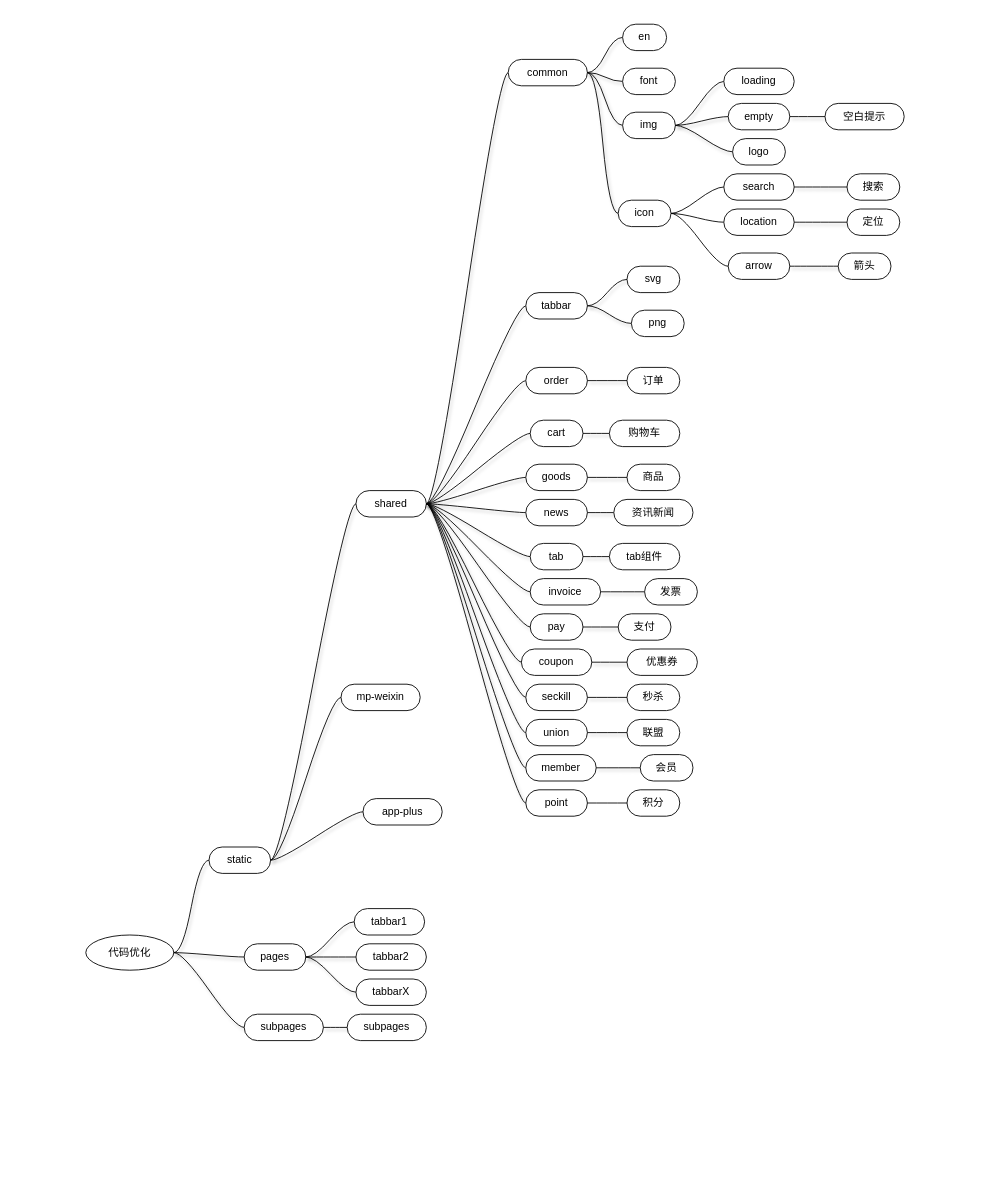
Above: page "代码优化" (4 of 4) of B+.drawio in huturenji/drawio (draw.io), before the change. Source tidied: cells renumbered, new cells numbered last; positions are measured from the earlier drawing's top-left corner, leaving out a move shared by most shapes. Both pictures are drawn from the tidied source at 88%, with x=0, y=0 at pixel (15, 15).
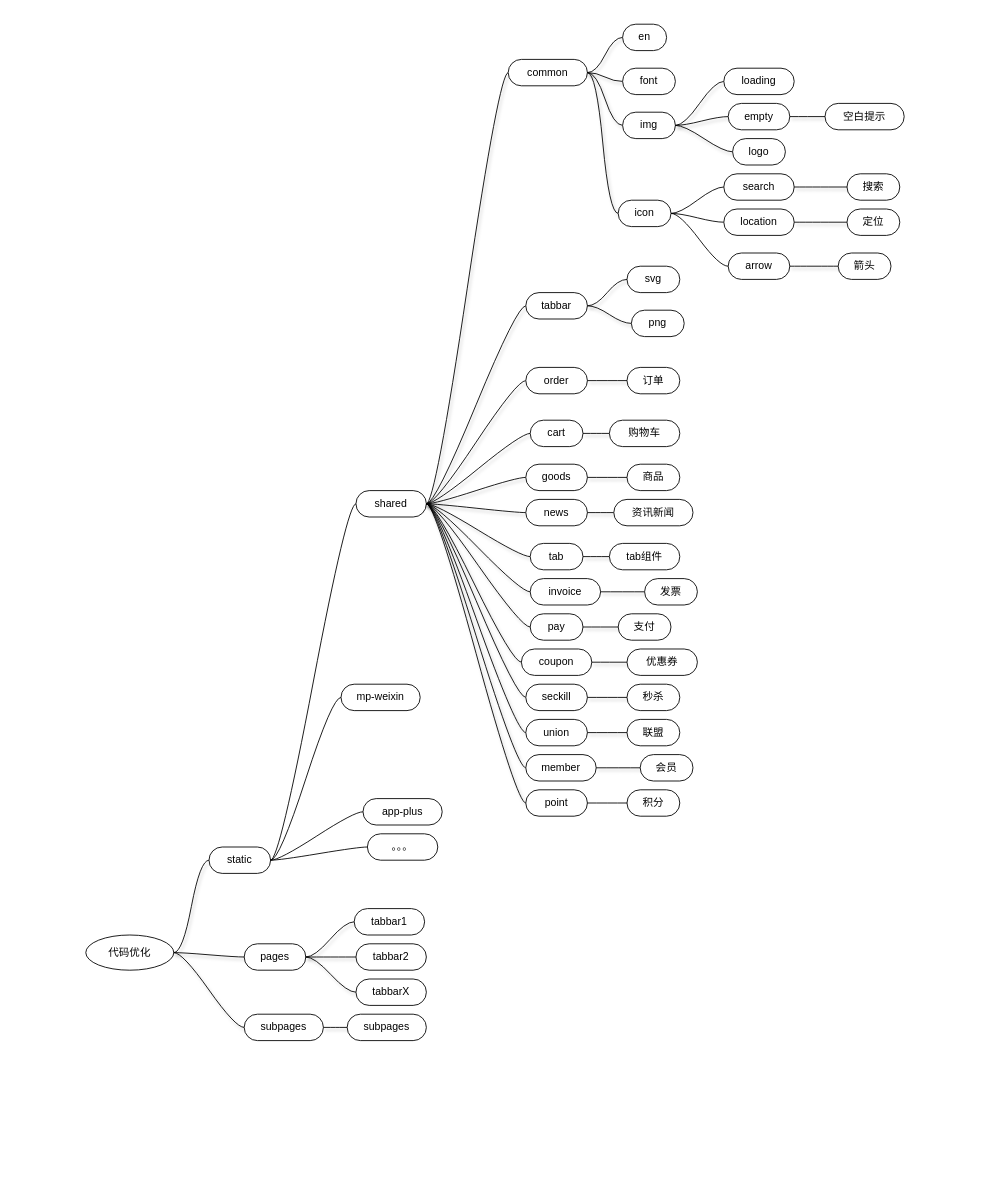
The same page after the edit.

The change refers to these unchanged cells:
```xml
<mxCell id="2" value="Mindmap" style="swimlane;startSize=20;horizontal=1;containerType=tree;strokeColor=none;swimlaneLine=1;fillColor=default;fontColor=none;noLabel=1;" parent="1" vertex="1">
  <mxGeometry width="1110" height="1305" as="geometry" />
</mxCell>
<mxCell id="5" value="static" style="whiteSpace=wrap;html=1;rounded=1;arcSize=50;align=center;verticalAlign=middle;strokeWidth=1;spacing=4;newEdgeStyle={&quot;edgeStyle&quot;:&quot;entityRelationEdgeStyle&quot;,&quot;startArrow&quot;:&quot;none&quot;,&quot;endArrow&quot;:&quot;none&quot;,&quot;segment&quot;:10,&quot;curved&quot;:1};swimlaneLine=1;" parent="2" vertex="1">
  <mxGeometry x="220" y="945" width="70" height="30" as="geometry" />
</mxCell>
<mxCell id="7" value="shared" style="whiteSpace=wrap;html=1;rounded=1;arcSize=50;align=center;verticalAlign=middle;strokeWidth=1;spacing=4;newEdgeStyle={&quot;edgeStyle&quot;:&quot;entityRelationEdgeStyle&quot;,&quot;startArrow&quot;:&quot;none&quot;,&quot;endArrow&quot;:&quot;none&quot;,&quot;segment&quot;:10,&quot;curved&quot;:1};swimlaneLine=1;" parent="2" vertex="1">
  <mxGeometry x="387" y="540" width="80" height="30" as="geometry" />
</mxCell>
<mxCell id="9" value="mp-weixin" style="whiteSpace=wrap;html=1;rounded=1;arcSize=50;align=center;verticalAlign=middle;strokeWidth=1;spacing=4;newEdgeStyle={&quot;edgeStyle&quot;:&quot;entityRelationEdgeStyle&quot;,&quot;startArrow&quot;:&quot;none&quot;,&quot;endArrow&quot;:&quot;none&quot;,&quot;segment&quot;:10,&quot;curved&quot;:1};swimlaneLine=1;" parent="2" vertex="1">
  <mxGeometry x="370" y="760" width="90" height="30" as="geometry" />
</mxCell>
<mxCell id="11" value="app-plus" style="whiteSpace=wrap;html=1;rounded=1;arcSize=50;align=center;verticalAlign=middle;strokeWidth=1;spacing=4;newEdgeStyle={&quot;edgeStyle&quot;:&quot;entityRelationEdgeStyle&quot;,&quot;startArrow&quot;:&quot;none&quot;,&quot;endArrow&quot;:&quot;none&quot;,&quot;segment&quot;:10,&quot;curved&quot;:1};swimlaneLine=1;" parent="2" vertex="1">
  <mxGeometry x="395" y="890" width="90" height="30" as="geometry" />
</mxCell>
```

What changed in the source:
```diff
@@
-    <mxCell id="6" style="edgeStyle=entityRelationEdgeStyle;startArrow=none;endArrow=none;segment=10;curved=1;rounded=0;shadow=1;elbow=vertical;swimlaneLine=1;" parent="2" edge="1" source="5" target="7">
+    <mxCell id="6" style="edgeStyle=entityRelationEdgeStyle;startArrow=none;endArrow=none;segment=10;curved=1;rounded=0;shadow=0;elbow=vertical;swimlaneLine=1;" parent="2" edge="1" source="5" target="7">
       <mxGeometry relative="1" as="geometry" />
     </mxCell>
@@
-    <mxCell id="8" style="edgeStyle=entityRelationEdgeStyle;startArrow=none;endArrow=none;segment=10;curved=1;rounded=0;shadow=1;elbow=vertical;swimlaneLine=1;" parent="2" edge="1" source="5" target="9">
+    <mxCell id="8" style="edgeStyle=entityRelationEdgeStyle;startArrow=none;endArrow=none;segment=10;curved=1;rounded=0;shadow=0;elbow=vertical;swimlaneLine=1;" parent="2" edge="1" source="5" target="9">
       <mxGeometry relative="1" as="geometry" />
     </mxCell>
@@
-    <mxCell id="10" style="edgeStyle=entityRelationEdgeStyle;startArrow=none;endArrow=none;segment=10;curved=1;rounded=0;shadow=1;elbow=vertical;entryX=0;entryY=0.5;entryDx=0;entryDy=0;swimlaneLine=1;" parent="2" edge="1" source="5" target="11">
+    <mxCell id="10" style="edgeStyle=entityRelationEdgeStyle;startArrow=none;endArrow=none;segment=10;curved=1;rounded=0;shadow=0;elbow=vertical;entryX=0;entryY=0.5;entryDx=0;entryDy=0;swimlaneLine=1;" parent="2" edge="1" source="5" target="11">
       <mxGeometry relative="1" as="geometry" />
     </mxCell>
@@
+    <mxCell id="108" style="edgeStyle=entityRelationEdgeStyle;startArrow=none;endArrow=none;segment=10;curved=1;rounded=0;shadow=0;elbow=vertical;entryX=0;entryY=0.5;entryDx=0;entryDy=0;swimlaneLine=1;" parent="2" edge="1" source="5" target="109">
+      <mxGeometry relative="1" as="geometry" />
+    </mxCell>
+    <mxCell id="109" value="。。。" style="whiteSpace=wrap;html=1;rounded=1;arcSize=50;align=center;verticalAlign=middle;strokeWidth=1;spacing=4;newEdgeStyle={&quot;edgeStyle&quot;:&quot;entityRelationEdgeStyle&quot;,&quot;startArrow&quot;:&quot;none&quot;,&quot;endArrow&quot;:&quot;none&quot;,&quot;segment&quot;:10,&quot;curved&quot;:1};swimlaneLine=1;" parent="2" vertex="1">
+      <mxGeometry x="400" y="930" width="80" height="30" as="geometry" />
+    </mxCell>
```
